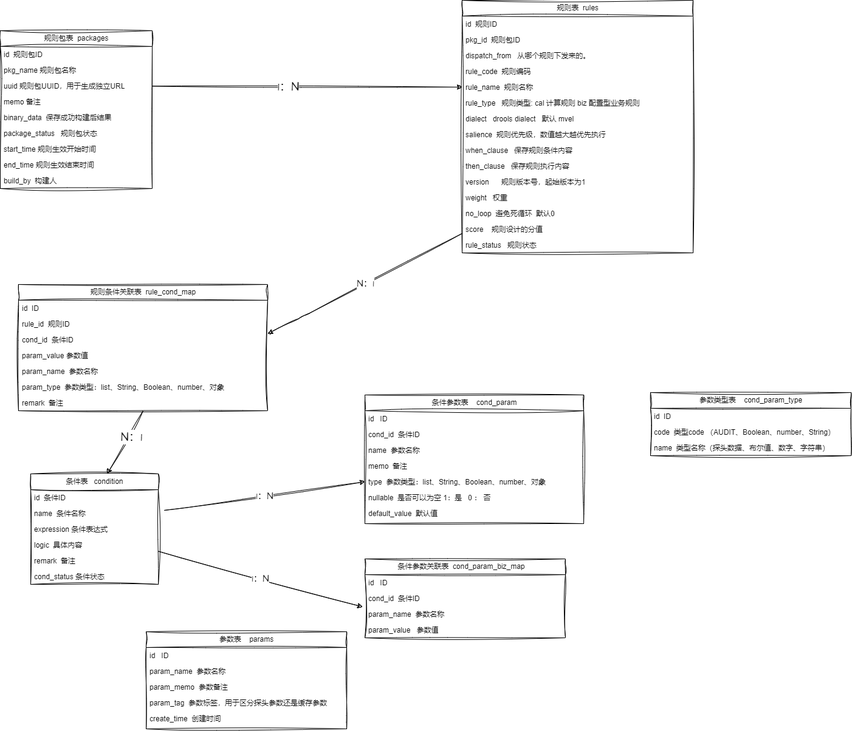
wllpeter/picture keeps this draw.io diagram as drawio/rule_engine/model_engine .png. Above is the earlier version. Source tidied: cells renumbered, new cells last; positions are measured from the earlier drawing's top-left corner, leaving out a move shared by most shapes.
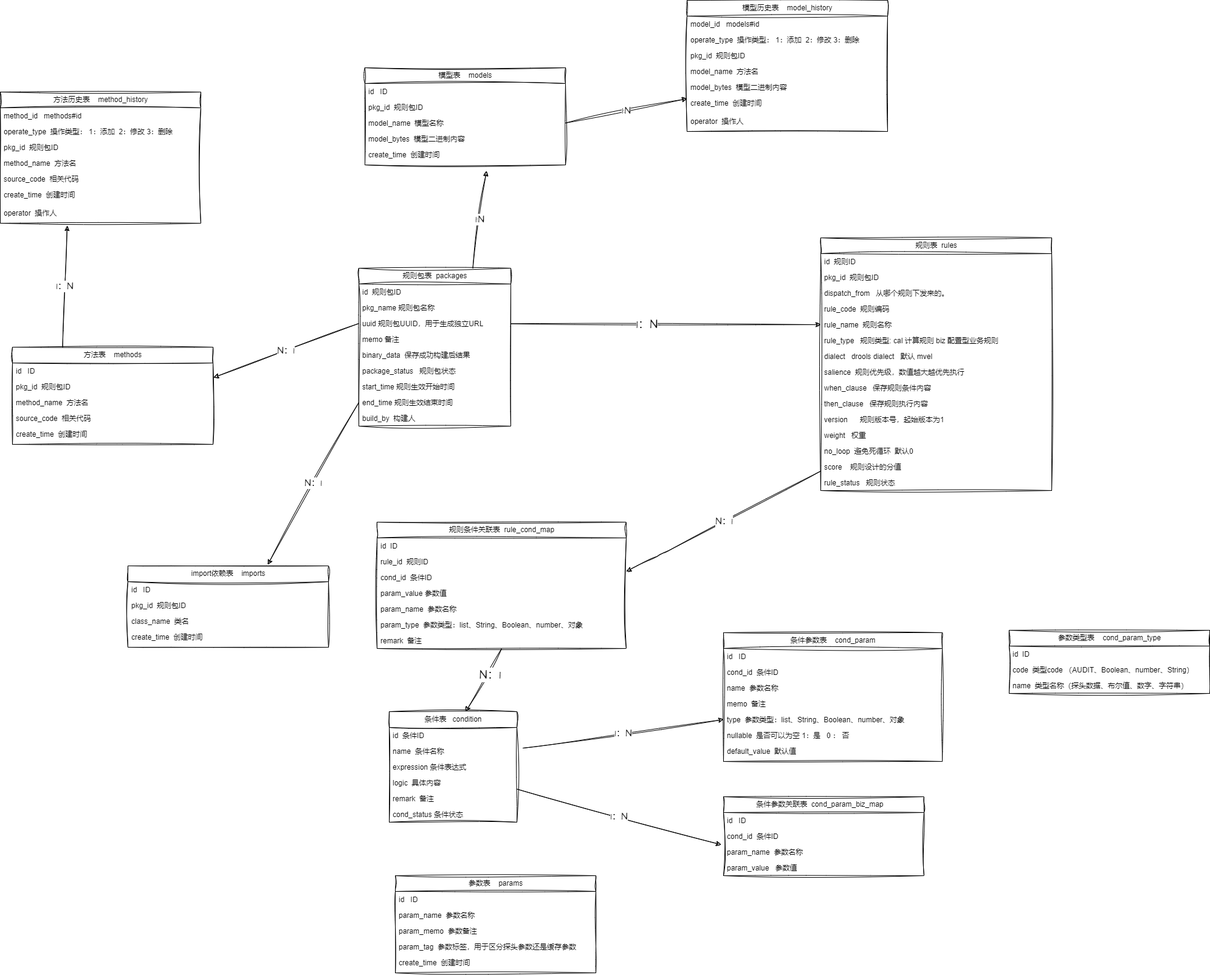
After the change.

Diff of the diagram source:
```diff
@@ -2,6 +2,11 @@
   <root>
     <mxCell id="0" />
     <mxCell id="1" parent="0" />
+    <mxCell id="73" value="1:N" style="edgeStyle=none;sketch=1;hachureGap=4;jiggle=2;curveFitting=1;html=1;exitX=0.75;exitY=0;exitDx=0;exitDy=0;fontFamily=Architects Daughter;fontSource=https%3A%2F%2Ffonts.googleapis.com%2Fcss%3Ffamily%3DArchitects%2BDaughter;fontSize=16;" parent="1" edge="1" source="2">
+      <mxGeometry relative="1" as="geometry">
+        <mxPoint x="210" y="-110" as="targetPoint" />
+      </mxGeometry>
+    </mxCell>
     <mxCell id="2" value="规则包表&amp;nbsp; packages" style="swimlane;fontStyle=0;horizontal=1;startSize=26;fillColor=none;html=1;sketch=1;curveFitting=1;jiggle=2;" parent="1" vertex="1">
       <mxGeometry y="50" width="250" height="260" as="geometry" />
     </mxCell>
@@ -174,7 +179,7 @@
       </mxGeometry>
     </mxCell>
     <mxCell id="57" value="参数表&amp;nbsp; &amp;nbsp; params" style="swimlane;fontStyle=0;horizontal=1;startSize=26;fillColor=none;html=1;sketch=1;curveFitting=1;jiggle=2;" parent="1" vertex="1">
-      <mxGeometry x="240" y="1040" width="330" height="160" as="geometry" />
+      <mxGeometry x="60" y="1050" width="330" height="160" as="geometry" />
     </mxCell>
     <mxCell id="58" value="id&amp;nbsp; &amp;nbsp;ID" style="text;strokeColor=none;fillColor=none;align=left;verticalAlign=top;spacingLeft=4;spacingRight=4;overflow=hidden;whiteSpace=wrap;html=1;sketch=1;curveFitting=1;jiggle=2;" parent="57" vertex="1">
       <mxGeometry y="26" width="330" height="26" as="geometry" />
@@ -223,5 +228,118 @@
     <mxCell id="72" value="name&amp;nbsp; 类型名称（探头数据、布尔值、数字、字符串）" style="text;strokeColor=none;fillColor=none;align=left;verticalAlign=top;spacingLeft=4;spacingRight=4;overflow=hidden;whiteSpace=wrap;html=1;sketch=1;curveFitting=1;jiggle=2;" parent="69" vertex="1">
       <mxGeometry y="78" width="330" height="26" as="geometry" />
     </mxCell>
+    <mxCell id="74" value="import依赖表&amp;nbsp; &amp;nbsp; imports" style="swimlane;fontStyle=0;horizontal=1;startSize=26;fillColor=none;html=1;sketch=1;curveFitting=1;jiggle=2;" parent="1" vertex="1">
+      <mxGeometry x="-380" y="540" width="330" height="134" as="geometry" />
+    </mxCell>
+    <mxCell id="75" value="id&amp;nbsp; &amp;nbsp;ID" style="text;strokeColor=none;fillColor=none;align=left;verticalAlign=top;spacingLeft=4;spacingRight=4;overflow=hidden;whiteSpace=wrap;html=1;sketch=1;curveFitting=1;jiggle=2;" parent="74" vertex="1">
+      <mxGeometry y="26" width="330" height="26" as="geometry" />
+    </mxCell>
+    <mxCell id="76" value="pkg_id&amp;nbsp; 规则包ID" style="text;strokeColor=none;fillColor=none;align=left;verticalAlign=top;spacingLeft=4;spacingRight=4;overflow=hidden;whiteSpace=wrap;html=1;sketch=1;curveFitting=1;jiggle=2;" parent="74" vertex="1">
+      <mxGeometry y="52" width="330" height="26" as="geometry" />
+    </mxCell>
+    <mxCell id="77" value="class_name&amp;nbsp; 类名" style="text;strokeColor=none;fillColor=none;align=left;verticalAlign=top;spacingLeft=4;spacingRight=4;overflow=hidden;whiteSpace=wrap;html=1;sketch=1;curveFitting=1;jiggle=2;" parent="74" vertex="1">
+      <mxGeometry y="78" width="330" height="26" as="geometry" />
+    </mxCell>
+    <mxCell id="78" value="create_time&amp;nbsp; 创建时间" style="text;strokeColor=none;fillColor=none;align=left;verticalAlign=top;spacingLeft=4;spacingRight=4;overflow=hidden;whiteSpace=wrap;html=1;sketch=1;curveFitting=1;jiggle=2;" parent="74" vertex="1">
+      <mxGeometry y="104" width="330" height="30" as="geometry" />
+    </mxCell>
+    <mxCell id="79" value="1：N" style="edgeStyle=none;sketch=1;hachureGap=4;jiggle=2;curveFitting=1;html=1;exitX=0.25;exitY=0;exitDx=0;exitDy=0;fontFamily=Architects Daughter;fontSource=https%3A%2F%2Ffonts.googleapis.com%2Fcss%3Ffamily%3DArchitects%2BDaughter;fontSize=16;" parent="1" edge="1" source="80">
+      <mxGeometry relative="1" as="geometry">
+        <mxPoint x="-480" y="-20" as="targetPoint" />
+      </mxGeometry>
+    </mxCell>
+    <mxCell id="80" value="方法表&amp;nbsp; &amp;nbsp; methods" style="swimlane;fontStyle=0;horizontal=1;startSize=26;fillColor=none;html=1;sketch=1;curveFitting=1;jiggle=2;" parent="1" vertex="1">
+      <mxGeometry x="-570" y="180" width="330" height="160" as="geometry" />
+    </mxCell>
+    <mxCell id="81" value="id&amp;nbsp; &amp;nbsp;ID" style="text;strokeColor=none;fillColor=none;align=left;verticalAlign=top;spacingLeft=4;spacingRight=4;overflow=hidden;points=[[0,0.5],[1,0.5]];portConstraint=eastwest;whiteSpace=wrap;html=1;sketch=1;curveFitting=1;jiggle=2;" parent="80" vertex="1">
+      <mxGeometry y="26" width="330" height="26" as="geometry" />
+    </mxCell>
+    <mxCell id="82" value="pkg_id&amp;nbsp; 规则包ID" style="text;strokeColor=none;fillColor=none;align=left;verticalAlign=top;spacingLeft=4;spacingRight=4;overflow=hidden;whiteSpace=wrap;html=1;sketch=1;curveFitting=1;jiggle=2;" parent="80" vertex="1">
+      <mxGeometry y="52" width="330" height="26" as="geometry" />
+    </mxCell>
+    <mxCell id="83" value="method_name&amp;nbsp; 方法名" style="text;strokeColor=none;fillColor=none;align=left;verticalAlign=top;spacingLeft=4;spacingRight=4;overflow=hidden;whiteSpace=wrap;html=1;sketch=1;curveFitting=1;jiggle=2;" parent="80" vertex="1">
+      <mxGeometry y="78" width="330" height="26" as="geometry" />
+    </mxCell>
+    <mxCell id="84" value="source_code&amp;nbsp;&amp;nbsp;相关代码" style="text;strokeColor=none;fillColor=none;align=left;verticalAlign=top;spacingLeft=4;spacingRight=4;overflow=hidden;whiteSpace=wrap;html=1;sketch=1;curveFitting=1;jiggle=2;" parent="80" vertex="1">
+      <mxGeometry y="104" width="330" height="26" as="geometry" />
+    </mxCell>
+    <mxCell id="85" value="create_time&amp;nbsp; 创建时间" style="text;strokeColor=none;fillColor=none;align=left;verticalAlign=top;spacingLeft=4;spacingRight=4;overflow=hidden;whiteSpace=wrap;html=1;sketch=1;curveFitting=1;jiggle=2;" parent="80" vertex="1">
+      <mxGeometry y="130" width="330" height="30" as="geometry" />
+    </mxCell>
+    <mxCell id="86" value="N：1" style="edgeStyle=none;sketch=1;hachureGap=4;jiggle=2;curveFitting=1;html=1;exitX=0;exitY=0.5;exitDx=0;exitDy=0;entryX=1.003;entryY=0.923;entryDx=0;entryDy=0;entryPerimeter=0;fontFamily=Architects Daughter;fontSource=https%3A%2F%2Ffonts.googleapis.com%2Fcss%3Ffamily%3DArchitects%2BDaughter;fontSize=16;" parent="1" edge="1" source="5" target="81">
+      <mxGeometry relative="1" as="geometry" />
+    </mxCell>
+    <mxCell id="87" value="N：1" style="edgeStyle=none;sketch=1;hachureGap=4;jiggle=2;curveFitting=1;html=1;exitX=0;exitY=0.5;exitDx=0;exitDy=0;entryX=0.697;entryY=-0.015;entryDx=0;entryDy=0;entryPerimeter=0;fontFamily=Architects Daughter;fontSource=https%3A%2F%2Ffonts.googleapis.com%2Fcss%3Ffamily%3DArchitects%2BDaughter;fontSize=16;" parent="1" edge="1" source="10" target="74">
+      <mxGeometry relative="1" as="geometry" />
+    </mxCell>
+    <mxCell id="88" value="方法历史表&amp;nbsp; &amp;nbsp;&amp;nbsp;method_history" style="swimlane;fontStyle=0;horizontal=1;startSize=26;fillColor=none;html=1;sketch=1;curveFitting=1;jiggle=2;" parent="1" vertex="1">
+      <mxGeometry x="-590" y="-240" width="330" height="216" as="geometry" />
+    </mxCell>
+    <mxCell id="89" value="method_id&amp;nbsp; &amp;nbsp;methods#id" style="text;strokeColor=none;fillColor=none;align=left;verticalAlign=top;spacingLeft=4;spacingRight=4;overflow=hidden;whiteSpace=wrap;html=1;sketch=1;curveFitting=1;jiggle=2;" parent="88" vertex="1">
+      <mxGeometry y="26" width="330" height="26" as="geometry" />
+    </mxCell>
+    <mxCell id="90" value="operate_type&amp;nbsp; 操作类型： 1：添加&amp;nbsp; 2：修改 3：删除" style="text;strokeColor=none;fillColor=none;align=left;verticalAlign=top;spacingLeft=4;spacingRight=4;overflow=hidden;whiteSpace=wrap;html=1;sketch=1;curveFitting=1;jiggle=2;" parent="88" vertex="1">
+      <mxGeometry y="52" width="330" height="26" as="geometry" />
+    </mxCell>
+    <mxCell id="91" value="pkg_id&amp;nbsp; 规则包ID" style="text;strokeColor=none;fillColor=none;align=left;verticalAlign=top;spacingLeft=4;spacingRight=4;overflow=hidden;whiteSpace=wrap;html=1;sketch=1;curveFitting=1;jiggle=2;" parent="88" vertex="1">
+      <mxGeometry y="78" width="330" height="26" as="geometry" />
+    </mxCell>
+    <mxCell id="92" value="method_name&amp;nbsp; 方法名" style="text;strokeColor=none;fillColor=none;align=left;verticalAlign=top;spacingLeft=4;spacingRight=4;overflow=hidden;whiteSpace=wrap;html=1;sketch=1;curveFitting=1;jiggle=2;" parent="88" vertex="1">
+      <mxGeometry y="104" width="330" height="26" as="geometry" />
+    </mxCell>
+    <mxCell id="93" value="source_code&amp;nbsp;&amp;nbsp;相关代码" style="text;strokeColor=none;fillColor=none;align=left;verticalAlign=top;spacingLeft=4;spacingRight=4;overflow=hidden;whiteSpace=wrap;html=1;sketch=1;curveFitting=1;jiggle=2;" parent="88" vertex="1">
+      <mxGeometry y="130" width="330" height="26" as="geometry" />
+    </mxCell>
+    <mxCell id="94" value="create_time&amp;nbsp; 创建时间" style="text;strokeColor=none;fillColor=none;align=left;verticalAlign=top;spacingLeft=4;spacingRight=4;overflow=hidden;whiteSpace=wrap;html=1;sketch=1;curveFitting=1;jiggle=2;" parent="88" vertex="1">
+      <mxGeometry y="156" width="330" height="30" as="geometry" />
+    </mxCell>
+    <mxCell id="95" value="operator&amp;nbsp; 操作人" style="text;strokeColor=none;fillColor=none;align=left;verticalAlign=top;spacingLeft=4;spacingRight=4;overflow=hidden;whiteSpace=wrap;html=1;sketch=1;curveFitting=1;jiggle=2;" parent="88" vertex="1">
+      <mxGeometry y="186" width="330" height="30" as="geometry" />
+    </mxCell>
+    <mxCell id="96" value="模型表&amp;nbsp; &amp;nbsp;&amp;nbsp;models" style="swimlane;fontStyle=0;horizontal=1;startSize=26;fillColor=none;html=1;sketch=1;curveFitting=1;jiggle=2;" parent="1" vertex="1">
+      <mxGeometry x="10" y="-280" width="330" height="160" as="geometry" />
+    </mxCell>
+    <mxCell id="97" value="id&amp;nbsp; &amp;nbsp;ID" style="text;strokeColor=none;fillColor=none;align=left;verticalAlign=top;spacingLeft=4;spacingRight=4;overflow=hidden;whiteSpace=wrap;html=1;sketch=1;curveFitting=1;jiggle=2;" parent="96" vertex="1">
+      <mxGeometry y="26" width="330" height="26" as="geometry" />
+    </mxCell>
+    <mxCell id="98" value="pkg_id&amp;nbsp; 规则包ID" style="text;strokeColor=none;fillColor=none;align=left;verticalAlign=top;spacingLeft=4;spacingRight=4;overflow=hidden;whiteSpace=wrap;html=1;sketch=1;curveFitting=1;jiggle=2;" parent="96" vertex="1">
+      <mxGeometry y="52" width="330" height="26" as="geometry" />
+    </mxCell>
+    <mxCell id="99" value="model_name&amp;nbsp; 模型名称" style="text;strokeColor=none;fillColor=none;align=left;verticalAlign=top;spacingLeft=4;spacingRight=4;overflow=hidden;points=[[0,0.5],[1,0.5]];portConstraint=eastwest;whiteSpace=wrap;html=1;sketch=1;curveFitting=1;jiggle=2;" parent="96" vertex="1">
+      <mxGeometry y="78" width="330" height="26" as="geometry" />
+    </mxCell>
+    <mxCell id="100" value="model_bytes&amp;nbsp;&amp;nbsp;模型二进制内容" style="text;strokeColor=none;fillColor=none;align=left;verticalAlign=top;spacingLeft=4;spacingRight=4;overflow=hidden;whiteSpace=wrap;html=1;sketch=1;curveFitting=1;jiggle=2;" parent="96" vertex="1">
+      <mxGeometry y="104" width="330" height="26" as="geometry" />
+    </mxCell>
+    <mxCell id="101" value="create_time&amp;nbsp; 创建时间" style="text;strokeColor=none;fillColor=none;align=left;verticalAlign=top;spacingLeft=4;spacingRight=4;overflow=hidden;whiteSpace=wrap;html=1;sketch=1;curveFitting=1;jiggle=2;" parent="96" vertex="1">
+      <mxGeometry y="130" width="330" height="30" as="geometry" />
+    </mxCell>
+    <mxCell id="102" value="模型历史表&amp;nbsp; &amp;nbsp;&amp;nbsp;model_history" style="swimlane;fontStyle=0;horizontal=1;startSize=26;fillColor=none;html=1;sketch=1;curveFitting=1;jiggle=2;" parent="1" vertex="1">
+      <mxGeometry x="540" y="-391" width="330" height="216" as="geometry" />
+    </mxCell>
+    <mxCell id="103" value="model_id&amp;nbsp; &amp;nbsp;models#id" style="text;strokeColor=none;fillColor=none;align=left;verticalAlign=top;spacingLeft=4;spacingRight=4;overflow=hidden;whiteSpace=wrap;html=1;sketch=1;curveFitting=1;jiggle=2;" parent="102" vertex="1">
+      <mxGeometry y="26" width="330" height="26" as="geometry" />
+    </mxCell>
+    <mxCell id="104" value="operate_type&amp;nbsp; 操作类型： 1：添加&amp;nbsp; 2：修改 3：删除" style="text;strokeColor=none;fillColor=none;align=left;verticalAlign=top;spacingLeft=4;spacingRight=4;overflow=hidden;whiteSpace=wrap;html=1;sketch=1;curveFitting=1;jiggle=2;" parent="102" vertex="1">
+      <mxGeometry y="52" width="330" height="26" as="geometry" />
+    </mxCell>
+    <mxCell id="105" value="pkg_id&amp;nbsp; 规则包ID" style="text;strokeColor=none;fillColor=none;align=left;verticalAlign=top;spacingLeft=4;spacingRight=4;overflow=hidden;whiteSpace=wrap;html=1;sketch=1;curveFitting=1;jiggle=2;" parent="102" vertex="1">
+      <mxGeometry y="78" width="330" height="26" as="geometry" />
+    </mxCell>
+    <mxCell id="106" value="model_name&amp;nbsp; 方法名" style="text;strokeColor=none;fillColor=none;align=left;verticalAlign=top;spacingLeft=4;spacingRight=4;overflow=hidden;whiteSpace=wrap;html=1;sketch=1;curveFitting=1;jiggle=2;" parent="102" vertex="1">
+      <mxGeometry y="104" width="330" height="26" as="geometry" />
+    </mxCell>
+    <mxCell id="107" value="model_bytes&amp;nbsp;&amp;nbsp;模型二进制内容" style="text;strokeColor=none;fillColor=none;align=left;verticalAlign=top;spacingLeft=4;spacingRight=4;overflow=hidden;whiteSpace=wrap;html=1;sketch=1;curveFitting=1;jiggle=2;" parent="102" vertex="1">
+      <mxGeometry y="130" width="330" height="26" as="geometry" />
+    </mxCell>
+    <mxCell id="108" value="create_time&amp;nbsp; 创建时间" style="text;strokeColor=none;fillColor=none;align=left;verticalAlign=top;spacingLeft=4;spacingRight=4;overflow=hidden;whiteSpace=wrap;html=1;sketch=1;curveFitting=1;jiggle=2;" parent="102" vertex="1">
+      <mxGeometry y="156" width="330" height="30" as="geometry" />
+    </mxCell>
+    <mxCell id="109" value="operator&amp;nbsp; 操作人" style="text;strokeColor=none;fillColor=none;align=left;verticalAlign=top;spacingLeft=4;spacingRight=4;overflow=hidden;whiteSpace=wrap;html=1;sketch=1;curveFitting=1;jiggle=2;" parent="102" vertex="1">
+      <mxGeometry y="186" width="330" height="30" as="geometry" />
+    </mxCell>
+    <mxCell id="110" value="1:N" style="edgeStyle=none;sketch=1;hachureGap=4;jiggle=2;curveFitting=1;html=1;exitX=1;exitY=0.5;exitDx=0;exitDy=0;entryX=0;entryY=0.75;entryDx=0;entryDy=0;fontFamily=Architects Daughter;fontSource=https%3A%2F%2Ffonts.googleapis.com%2Fcss%3Ffamily%3DArchitects%2BDaughter;fontSize=16;" parent="1" edge="1" source="99" target="102">
+      <mxGeometry relative="1" as="geometry" />
+    </mxCell>
   </root>
 </mxGraphModel>
```
